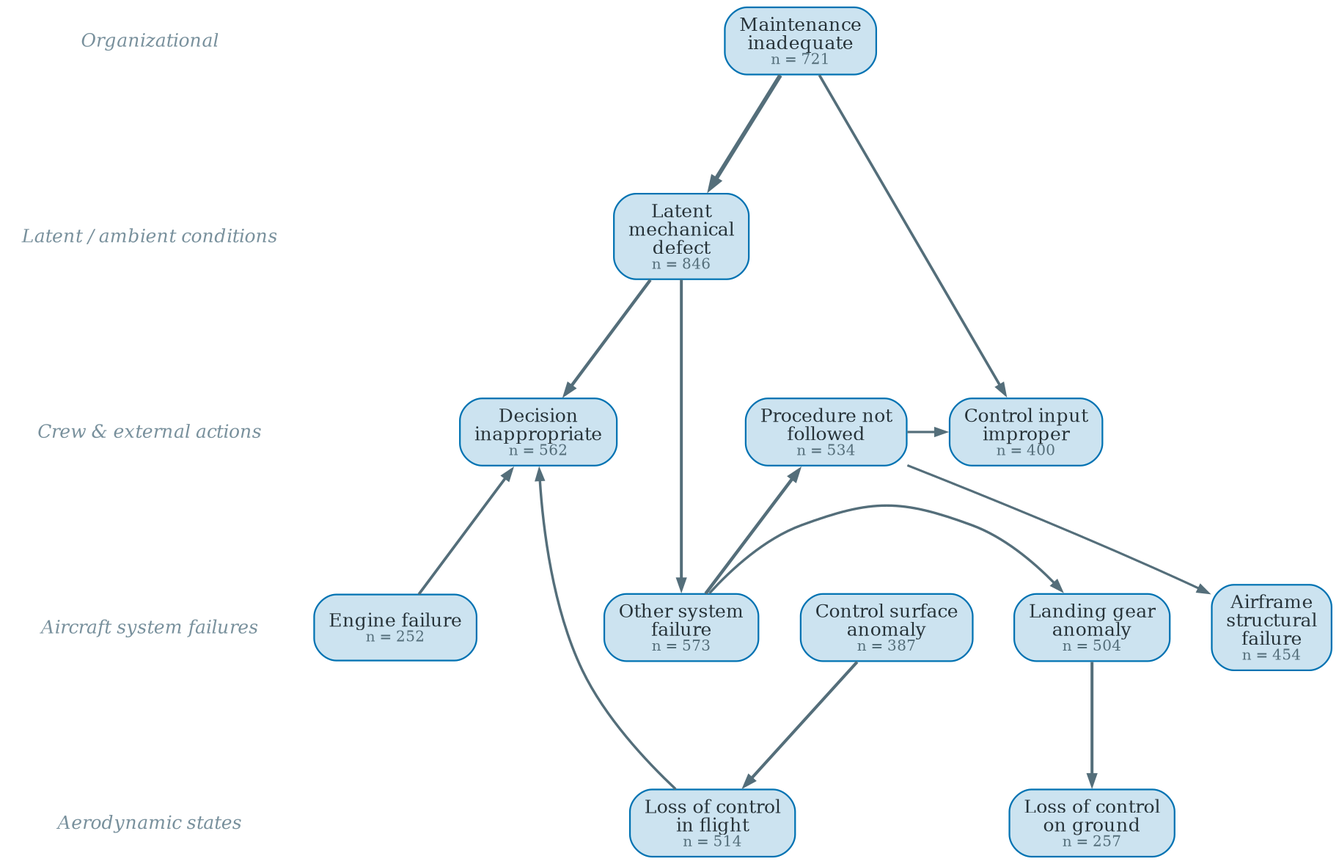
YutianPangASU/AviationSafetyReportKnowledgeGraph keeps this Graphviz diagram as event_extraction/out/causation_kg/figures/dag_SCF-PP_top.png. Above is the earlier version. Its source is kept beside it as event_extraction/out/causation_kg/figures/dag_SCF-PP_top.gv.
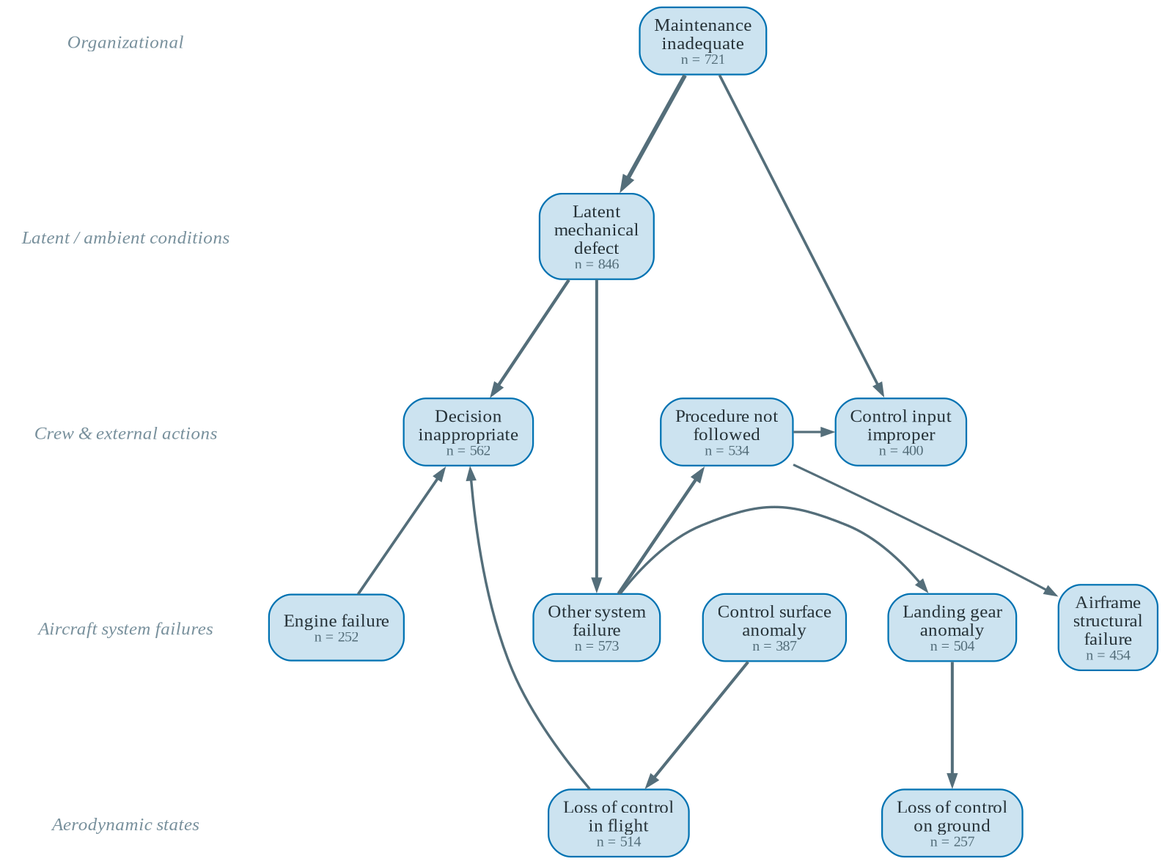
After the change.

Diff of the diagram source:
```diff
@@ -1,20 +1,20 @@
 digraph G {
   rankdir=TB; splines=spline; nodesep=0.32; ranksep=0.9;
   bgcolor="white";
-  node [shape=box, style="rounded,filled", fillcolor="#CCE3F0", color="#0072B2", penwidth=0.9, fontname="Times-Roman", fontsize=10, fontcolor="#263238", margin="0.11,0.06"];
-  edge [color="#546E7A", arrowsize=0.55, fontname="Times-Roman", fontsize=8, fontcolor="#546E7A"];
-  tier0 [shape=plaintext, style="", fillcolor=none, fontname="Times-Italic", fontsize=10, fontcolor="#78909C", label="Organizational"];
+  node [shape=box, style="rounded,filled", fillcolor="#CCE3F0", color="#0072B2", penwidth=0.9, fontname="Liberation Serif", fontsize=10, fontcolor="#263238", margin="0.11,0.06"];
+  edge [color="#546E7A", arrowsize=0.55, fontname="Liberation Serif", fontsize=8, fontcolor="#546E7A"];
+  tier0 [shape=plaintext, style="", fillcolor=none, fontname="Liberation Serif Italic", fontsize=10, fontcolor="#78909C", label="Organizational"];
   { rank=same; tier0; "MAINTENANCE_INADEQUATE" }
-  tier1 [shape=plaintext, style="", fillcolor=none, fontname="Times-Italic", fontsize=10, fontcolor="#78909C", label="Latent / ambient conditions"];
+  tier1 [shape=plaintext, style="", fillcolor=none, fontname="Liberation Serif Italic", fontsize=10, fontcolor="#78909C", label="Latent / ambient conditions"];
   { rank=same; tier1; "LATENT_MECHANICAL_DEFECT" }
   tier0 -> tier1 [style=invis];
-  tier3 [shape=plaintext, style="", fillcolor=none, fontname="Times-Italic", fontsize=10, fontcolor="#78909C", label="Crew & external actions"];
+  tier3 [shape=plaintext, style="", fillcolor=none, fontname="Liberation Serif Italic", fontsize=10, fontcolor="#78909C", label="Crew & external actions"];
   { rank=same; tier3; "DECISION_INAPPROPRIATE" "CONTROL_INPUT_IMPROPER" "PROCEDURE_NOT_FOLLOWED" }
   tier1 -> tier3 [style=invis];
-  tier4 [shape=plaintext, style="", fillcolor=none, fontname="Times-Italic", fontsize=10, fontcolor="#78909C", label="Aircraft system failures"];
+  tier4 [shape=plaintext, style="", fillcolor=none, fontname="Liberation Serif Italic", fontsize=10, fontcolor="#78909C", label="Aircraft system failures"];
   { rank=same; tier4; "ENGINE_FAILURE" "AIRFRAME_STRUCTURAL_FAILURE" "CONTROL_SURFACE_ANOMALY" "LANDING_GEAR_ANOMALY" "OTHER_SYSTEM_FAILURE" }
   tier3 -> tier4 [style=invis];
-  tier5 [shape=plaintext, style="", fillcolor=none, fontname="Times-Italic", fontsize=10, fontcolor="#78909C", label="Aerodynamic states"];
+  tier5 [shape=plaintext, style="", fillcolor=none, fontname="Liberation Serif Italic", fontsize=10, fontcolor="#78909C", label="Aerodynamic states"];
   { rank=same; tier5; "LOSS_OF_CONTROL_INFLIGHT" "LOSS_OF_CONTROL_GROUND" }
   tier4 -> tier5 [style=invis];
   "AIRFRAME_STRUCTURAL_FAILURE" [label=<Airframe<br/>structural<br/>failure<br/><font point-size="8" color="#546E7A">n = 454</font>>];
```
